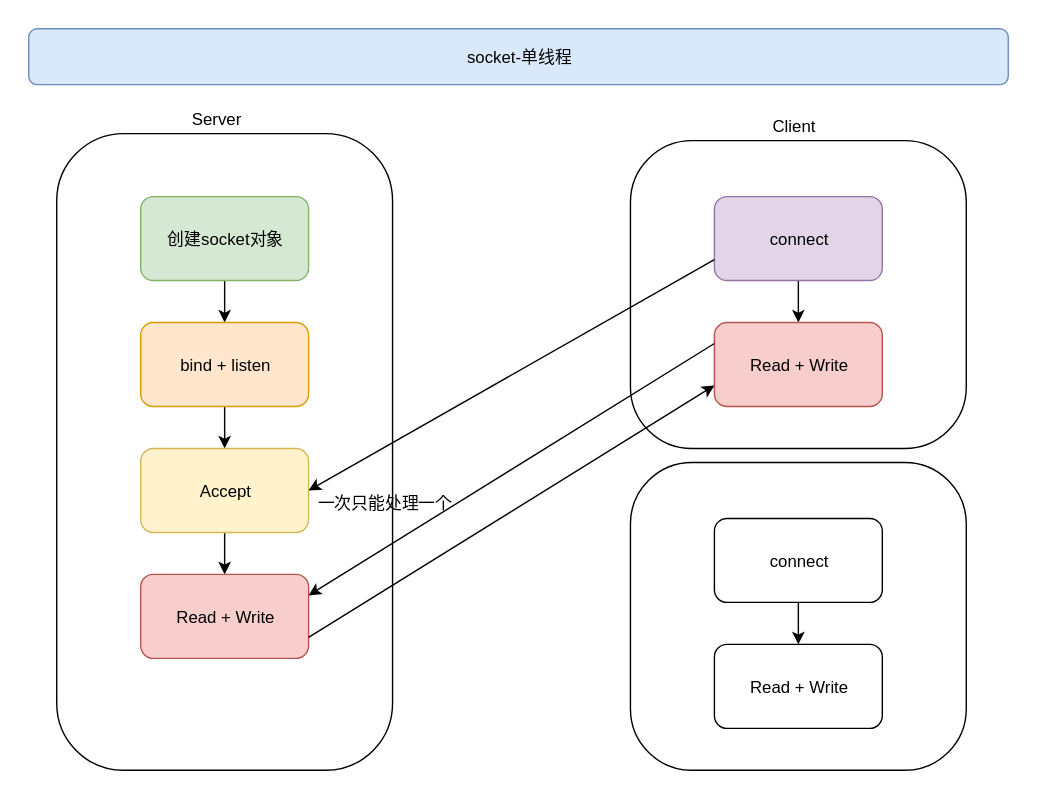
Earlier version of the draw.io export 12-面试/12-通用理论/images/socket-单线程.svg (cd-home/Root). Source tidied: cells renumbered, new cells last; positions are measured from the earlier drawing's top-left corner, leaving out a move shared by most shapes.
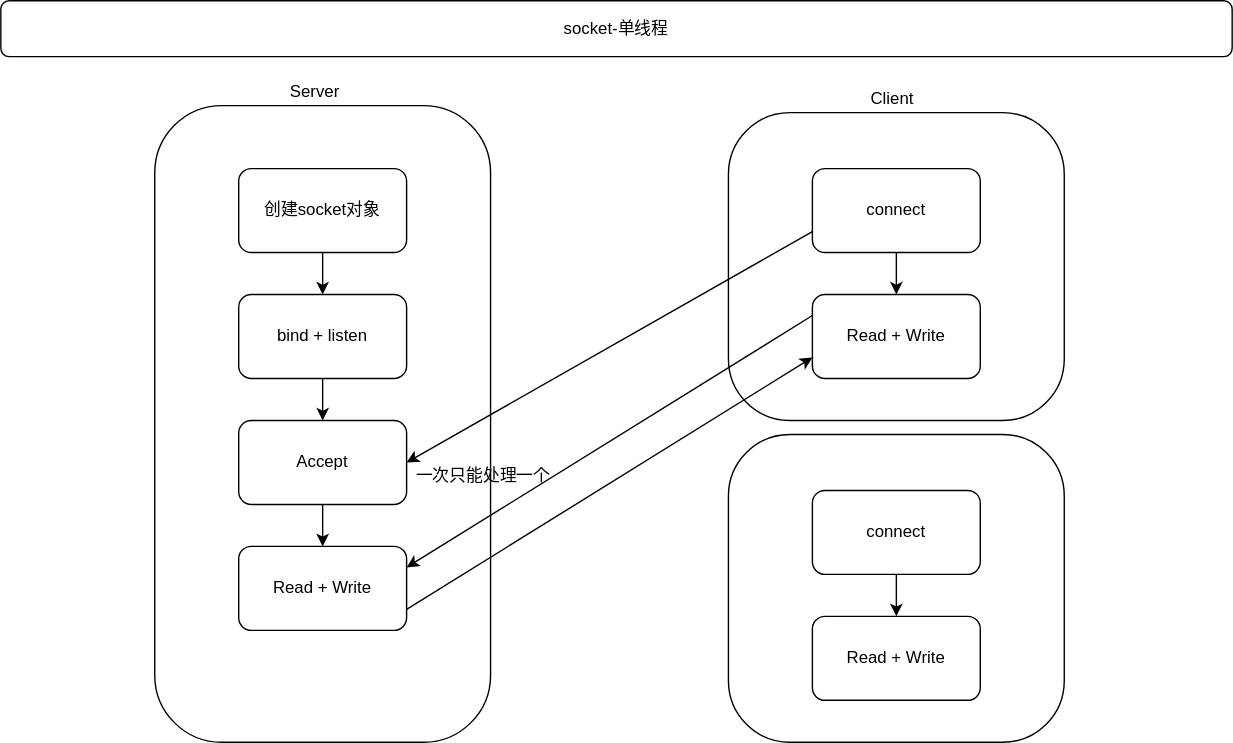
Later version of the same file.

Commit message:
😀🌴⭐🌎☀️🌈🌽: Socket Program

Diff of the diagram source:
```diff
@@ -2,8 +2,8 @@
   <root>
     <mxCell id="0" />
     <mxCell id="1" parent="0" />
-    <mxCell id="2" value="socket-单线程" style="rounded=1;whiteSpace=wrap;html=1;fillColor=#dae8fc;strokeColor=#6c8ebf;" parent="1" vertex="1">
-      <mxGeometry width="700" height="40" as="geometry" />
+    <mxCell id="2" value="socket-单线程" style="rounded=1;whiteSpace=wrap;html=1;" parent="1" vertex="1">
+      <mxGeometry x="-90" width="880" height="40" as="geometry" />
     </mxCell>
     <mxCell id="3" style="rounded=1;whiteSpace=wrap;html=1;arcSize=20;" parent="1" vertex="1">
       <mxGeometry x="20" y="75" width="240" height="455" as="geometry" />
@@ -11,22 +11,22 @@
     <mxCell id="4" style="edgeStyle=orthogonalEdgeStyle;rounded=0;jettySize=auto;html=1;" parent="1" edge="1" source="5" target="7">
       <mxGeometry relative="1" as="geometry" />
     </mxCell>
-    <mxCell id="5" value="创建socket对象" style="rounded=1;whiteSpace=wrap;html=1;fillColor=#d5e8d4;strokeColor=#82b366;" parent="1" vertex="1">
+    <mxCell id="5" value="创建socket对象" style="rounded=1;whiteSpace=wrap;html=1;" parent="1" vertex="1">
       <mxGeometry x="80" y="120" width="120" height="60" as="geometry" />
     </mxCell>
     <mxCell id="6" style="edgeStyle=orthogonalEdgeStyle;rounded=0;jettySize=auto;html=1;" parent="1" edge="1" source="7" target="9">
       <mxGeometry relative="1" as="geometry" />
     </mxCell>
-    <mxCell id="7" value="bind + listen" style="rounded=1;whiteSpace=wrap;html=1;fillColor=#ffe6cc;strokeColor=#d79b00;" parent="1" vertex="1">
+    <mxCell id="7" value="bind + listen" style="rounded=1;whiteSpace=wrap;html=1;" parent="1" vertex="1">
       <mxGeometry x="80" y="210" width="120" height="60" as="geometry" />
     </mxCell>
     <mxCell id="8" style="edgeStyle=orthogonalEdgeStyle;rounded=0;jettySize=auto;html=1;" parent="1" edge="1" source="9" target="10">
       <mxGeometry relative="1" as="geometry" />
     </mxCell>
-    <mxCell id="9" value="Accept" style="rounded=1;whiteSpace=wrap;html=1;fillColor=#fff2cc;strokeColor=#d6b656;" parent="1" vertex="1">
+    <mxCell id="9" value="Accept" style="rounded=1;whiteSpace=wrap;html=1;" parent="1" vertex="1">
       <mxGeometry x="80" y="300" width="120" height="60" as="geometry" />
     </mxCell>
-    <mxCell id="10" value="Read + Write" style="rounded=1;whiteSpace=wrap;html=1;fillColor=#f8cecc;strokeColor=#b85450;" parent="1" vertex="1">
+    <mxCell id="10" value="Read + Write" style="rounded=1;whiteSpace=wrap;html=1;" parent="1" vertex="1">
       <mxGeometry x="80" y="390" width="120" height="60" as="geometry" />
     </mxCell>
     <mxCell id="11" style="rounded=1;whiteSpace=wrap;html=1;arcSize=20;" parent="1" vertex="1">
@@ -35,10 +35,10 @@
     <mxCell id="12" style="edgeStyle=orthogonalEdgeStyle;rounded=0;jettySize=auto;html=1;" parent="1" edge="1" source="13" target="14">
       <mxGeometry relative="1" as="geometry" />
     </mxCell>
-    <mxCell id="13" value="connect" style="rounded=1;whiteSpace=wrap;html=1;fillColor=#e1d5e7;strokeColor=#9673a6;" parent="1" vertex="1">
+    <mxCell id="13" value="connect" style="rounded=1;whiteSpace=wrap;html=1;" parent="1" vertex="1">
       <mxGeometry x="490" y="120" width="120" height="60" as="geometry" />
     </mxCell>
-    <mxCell id="14" value="Read + Write" style="rounded=1;whiteSpace=wrap;html=1;fillColor=#f8cecc;strokeColor=#b85450;" parent="1" vertex="1">
+    <mxCell id="14" value="Read + Write" style="rounded=1;whiteSpace=wrap;html=1;" parent="1" vertex="1">
       <mxGeometry x="490" y="210" width="120" height="60" as="geometry" />
     </mxCell>
     <mxCell id="15" style="rounded=1;whiteSpace=wrap;html=1;arcSize=20;" parent="1" vertex="1">
```
